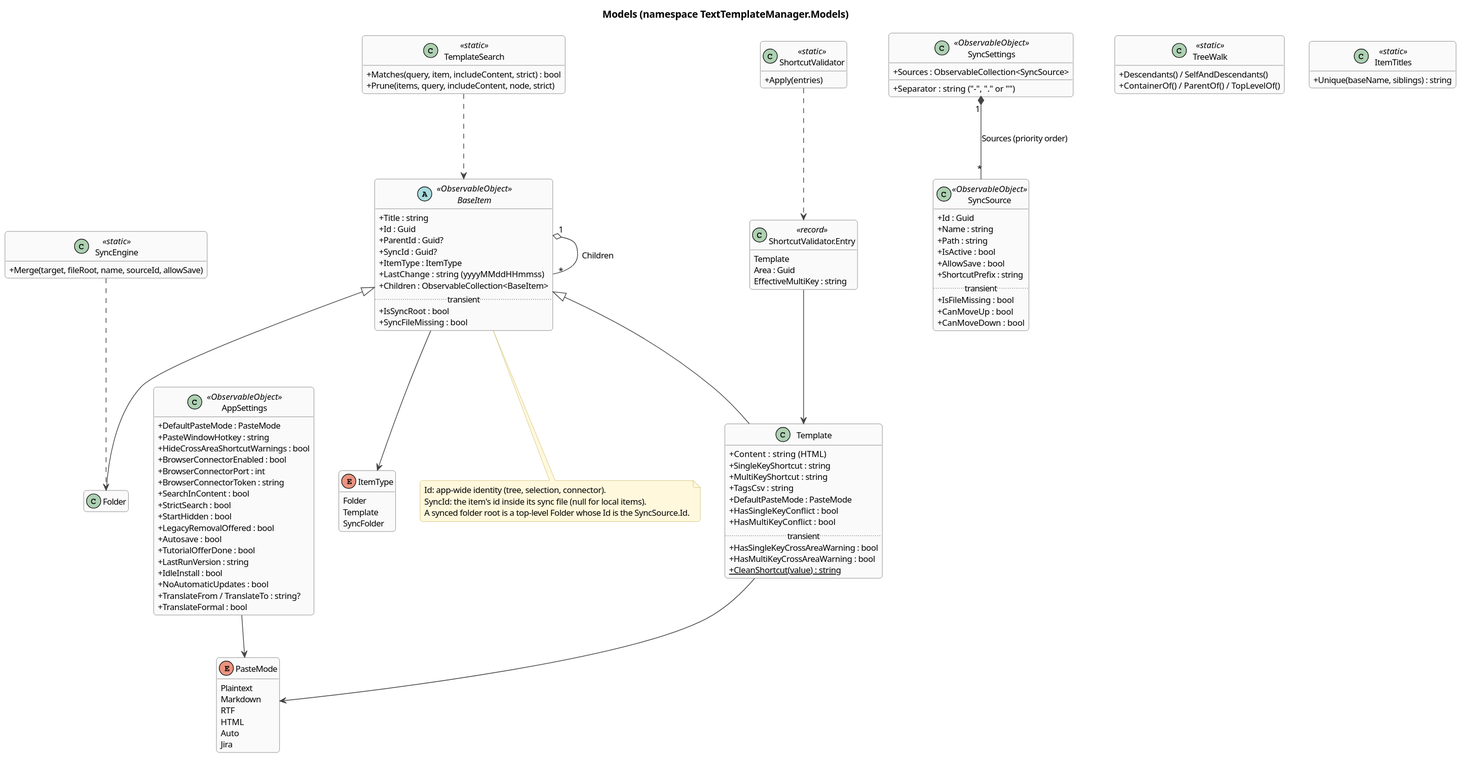
halatsWol/TextTemplateManager-v2 keeps this PlantUML diagram as docs/architecture/diagrams/class-model.svg. Above is the earlier version.
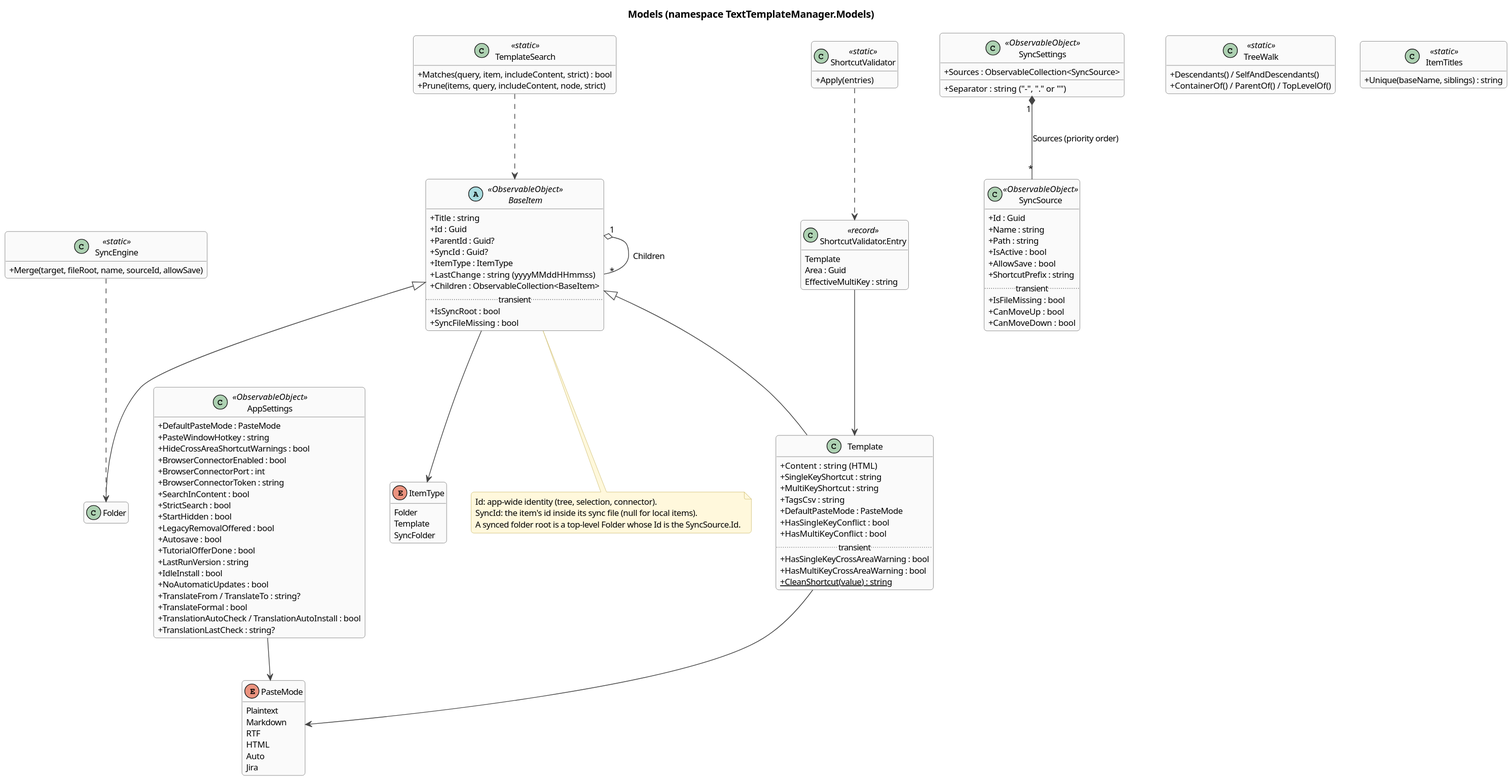
After the change.

The edit, as a diff of the source:
```diff
@@ -50,6 +50,8 @@
   +NoAutomaticUpdates : bool
   +TranslateFrom / TranslateTo : string?
   +TranslateFormal : bool
+  +TranslationAutoCheck / TranslationAutoInstall : bool
+  +TranslationLastCheck : string?
 }
 
 class SyncSettings <<ObservableObject>> {
```
